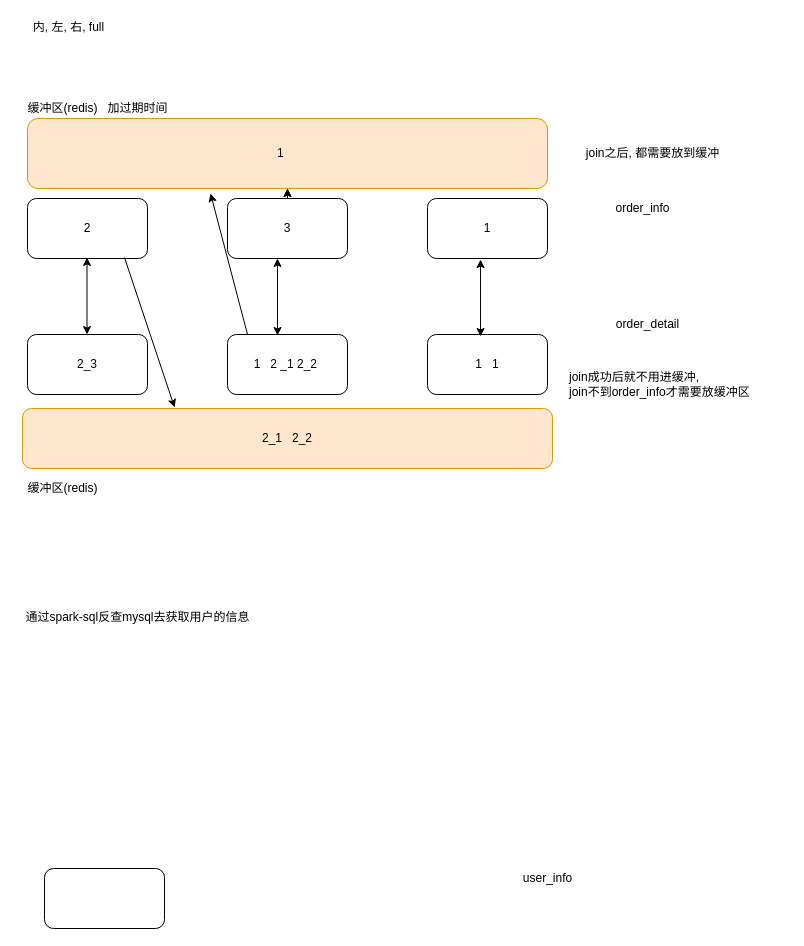
The draw.io diagram page "双流join" (10 of 10) of node/图示.drawio in zhenchao125/gmall1015, before the edit. Source tidied: cells renumbered, new cells numbered last; positions are measured from the earlier drawing's top-left corner, leaving out a move shared by most shapes. Both pictures are drawn from the tidied source at 100%, with x=0, y=0 at pixel (17, 17).
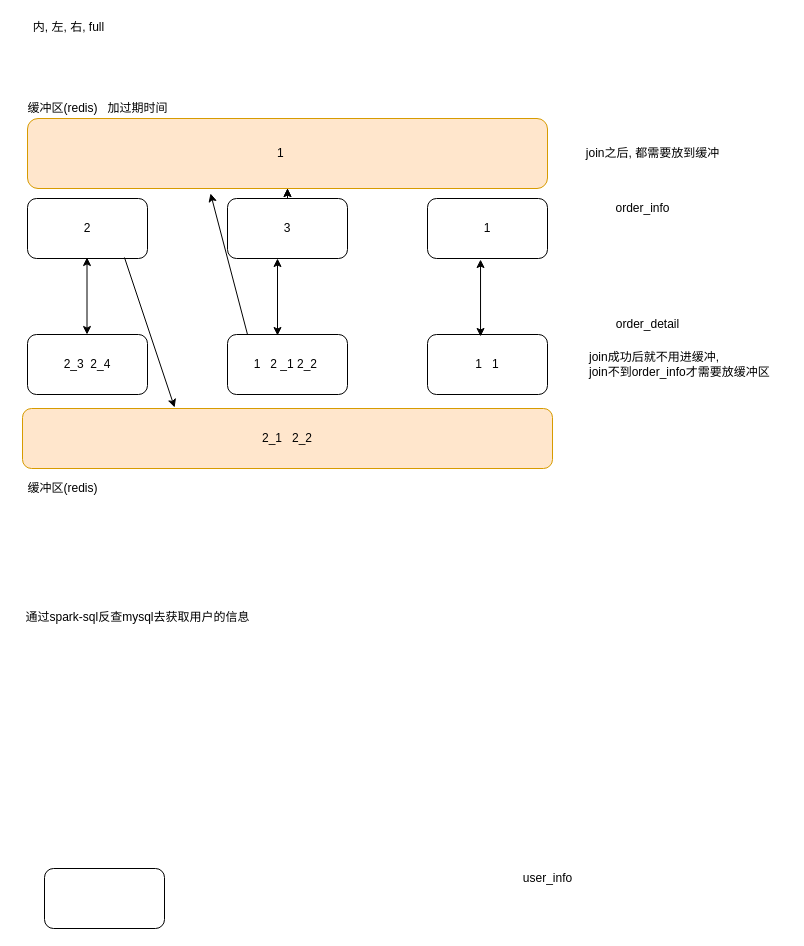
Above is the later version.

What changed in the source:
```diff
@@
-    <mxCell id="8" value="2_3" style="rounded=1;whiteSpace=wrap;html=1;" parent="1" vertex="1">
+    <mxCell id="8" value="2_3&amp;nbsp; 2_4" style="rounded=1;whiteSpace=wrap;html=1;" parent="1" vertex="1">
       <mxGeometry x="10" y="317" width="120" height="60" as="geometry" />
     </mxCell>
@@
     <mxCell id="23" value="join成功后就不用进缓冲,&lt;br&gt;join不到order_info才需要放缓冲区" style="text;html=1;align=left;verticalAlign=middle;" parent="1" vertex="1">
-      <mxGeometry x="550" y="352" width="200" height="30" as="geometry" />
+      <mxGeometry x="570" y="332" width="200" height="30" as="geometry" />
     </mxCell>
```
